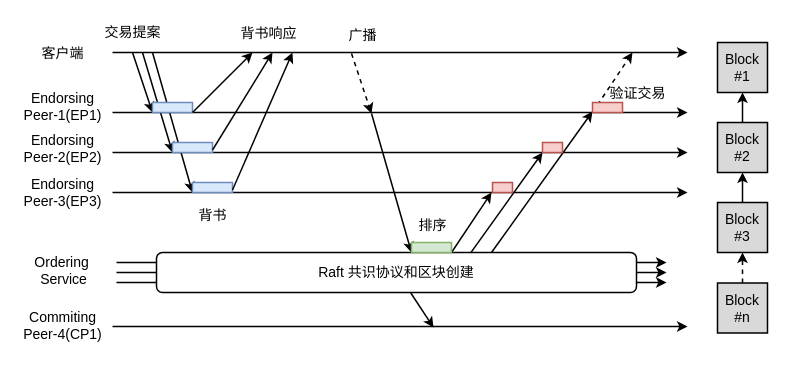
The draw.io diagram Raft共识.drawio in Mr-doublehappines/httpServer, before the edit. Source tidied: cells renumbered, new cells numbered last; positions are measured from the earlier drawing's top-left corner, leaving out a move shared by most shapes. Both pictures are drawn from the tidied source at 100%, with x=0, y=0 at pixel (17, 17).
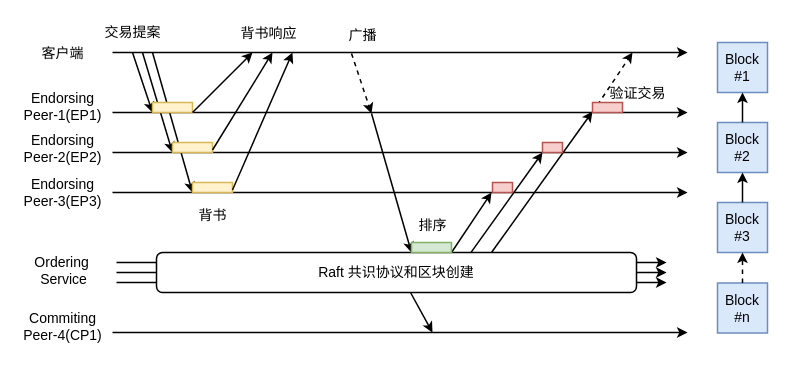
After the change.

What changed in the source:
```diff
@@
-    <mxCell id="17" style="rounded=0;whiteSpace=wrap;html=1;fontSize=14;fontFamily=宋体;fillColor=#dae8fc;strokeColor=#6c8ebf;strokeWidth=1.5;" parent="1" vertex="1">
+    <mxCell id="17" style="rounded=0;whiteSpace=wrap;html=1;fontSize=14;fontFamily=宋体;fillColor=#fff2cc;strokeColor=#d6b656;strokeWidth=1.5;" parent="1" vertex="1">
       <mxGeometry x="135" y="85" width="40" height="10" as="geometry" />
     </mxCell>
-    <mxCell id="18" style="rounded=0;whiteSpace=wrap;html=1;fontSize=14;fontFamily=宋体;fillColor=#dae8fc;strokeColor=#6c8ebf;strokeWidth=1.5;" parent="1" vertex="1">
+    <mxCell id="18" style="rounded=0;whiteSpace=wrap;html=1;fontSize=14;fontFamily=宋体;fillColor=#fff2cc;strokeColor=#d6b656;strokeWidth=1.5;" parent="1" vertex="1">
       <mxGeometry x="155" y="125" width="40" height="10" as="geometry" />
     </mxCell>
-    <mxCell id="19" style="rounded=0;whiteSpace=wrap;html=1;fontSize=14;fontFamily=宋体;fillColor=#dae8fc;strokeColor=#6c8ebf;strokeWidth=1.5;" parent="1" vertex="1">
+    <mxCell id="19" style="rounded=0;whiteSpace=wrap;html=1;fontSize=14;fontFamily=宋体;fillColor=#fff2cc;strokeColor=#d6b656;strokeWidth=1.5;" parent="1" vertex="1">
       <mxGeometry x="175" y="165" width="40" height="10" as="geometry" />
     </mxCell>
@@
     <mxCell id="35" style="endArrow=classic;html=1;rounded=0;fontSize=14;fontFamily=宋体;strokeWidth=1.5;" parent="1" edge="1">
       <mxGeometry relative="1" as="geometry">
-        <mxPoint x="95" y="309" as="sourcePoint" />
-        <mxPoint x="670" y="309" as="targetPoint" />
+        <mxPoint x="95" y="315" as="sourcePoint" />
+        <mxPoint x="670" y="315" as="targetPoint" />
       </mxGeometry>
     </mxCell>
     <mxCell id="36" style="endArrow=classic;html=1;rounded=0;exitX=0.5;exitY=1;exitDx=0;exitDy=0;fontSize=14;fontFamily=宋体;strokeWidth=1.5;" parent="1" edge="1">
       <mxGeometry relative="1" as="geometry">
         <mxPoint x="393" y="275" as="sourcePoint" />
-        <mxPoint x="416" y="310" as="targetPoint" />
+        <mxPoint x="415" y="315" as="targetPoint" />
       </mxGeometry>
     </mxCell>
@@
     <mxCell id="38" value="Commiting&lt;div style=&quot;font-size: 14px;&quot;&gt;Peer-4(CP1)&lt;/div&gt;" style="text;html=1;align=center;verticalAlign=middle;strokeColor=none;fillColor=none;fontSize=14;fontFamily=宋体;" parent="1" vertex="1">
-      <mxGeometry y="283" width="90" height="50" as="geometry" />
+      <mxGeometry y="284" width="90" height="50" as="geometry" />
     </mxCell>
-    <mxCell id="39" value="Block&lt;div style=&quot;font-size: 14px;&quot;&gt;#1&lt;/div&gt;" style="whiteSpace=wrap;html=1;fontFamily=宋体;fontSize=14;fillColor=#D9D9D9;strokeWidth=1.5;" parent="1" vertex="1">
+    <mxCell id="39" value="Block&lt;div style=&quot;font-size: 14px;&quot;&gt;#1&lt;/div&gt;" style="whiteSpace=wrap;html=1;fontFamily=宋体;fontSize=14;fillColor=#dae8fc;strokeWidth=1.5;strokeColor=#6c8ebf;" parent="1" vertex="1">
       <mxGeometry x="700" y="25" width="50" height="50" as="geometry" />
     </mxCell>
-    <mxCell id="40" value="Block&lt;div style=&quot;font-size: 14px;&quot;&gt;#2&lt;/div&gt;" style="whiteSpace=wrap;html=1;strokeColor=default;align=center;verticalAlign=middle;fontFamily=宋体;fontSize=14;fontColor=default;fillColor=#D9D9D9;strokeWidth=1.5;" parent="1" vertex="1">
+    <mxCell id="40" value="Block&lt;div style=&quot;font-size: 14px;&quot;&gt;#2&lt;/div&gt;" style="whiteSpace=wrap;html=1;strokeColor=#6c8ebf;align=center;verticalAlign=middle;fontFamily=宋体;fontSize=14;fillColor=#dae8fc;strokeWidth=1.5;" parent="1" vertex="1">
       <mxGeometry x="700" y="105" width="50" height="50" as="geometry" />
     </mxCell>
-    <mxCell id="41" value="Block&lt;div style=&quot;font-size: 14px;&quot;&gt;#3&lt;/div&gt;" style="whiteSpace=wrap;html=1;strokeColor=default;align=center;verticalAlign=middle;fontFamily=宋体;fontSize=14;fontColor=default;fillColor=#D9D9D9;strokeWidth=1.5;" parent="1" vertex="1">
+    <mxCell id="41" value="Block&lt;div style=&quot;font-size: 14px;&quot;&gt;#3&lt;/div&gt;" style="whiteSpace=wrap;html=1;strokeColor=#6c8ebf;align=center;verticalAlign=middle;fontFamily=宋体;fontSize=14;fillColor=#dae8fc;strokeWidth=1.5;" parent="1" vertex="1">
       <mxGeometry x="700" y="185" width="50" height="50" as="geometry" />
     </mxCell>
-    <mxCell id="42" value="Block&lt;div style=&quot;font-size: 14px;&quot;&gt;#n&lt;/div&gt;" style="whiteSpace=wrap;html=1;fontFamily=宋体;fontSize=14;strokeColor=default;align=center;verticalAlign=middle;fontColor=default;fillColor=#D9D9D9;strokeWidth=1.5;" parent="1" vertex="1">
+    <mxCell id="42" value="Block&lt;div style=&quot;font-size: 14px;&quot;&gt;#n&lt;/div&gt;" style="whiteSpace=wrap;html=1;fontFamily=宋体;fontSize=14;strokeColor=#6c8ebf;align=center;verticalAlign=middle;fillColor=#dae8fc;strokeWidth=1.5;" parent="1" vertex="1">
       <mxGeometry x="700" y="265.5" width="50" height="50" as="geometry" />
     </mxCell>
```
